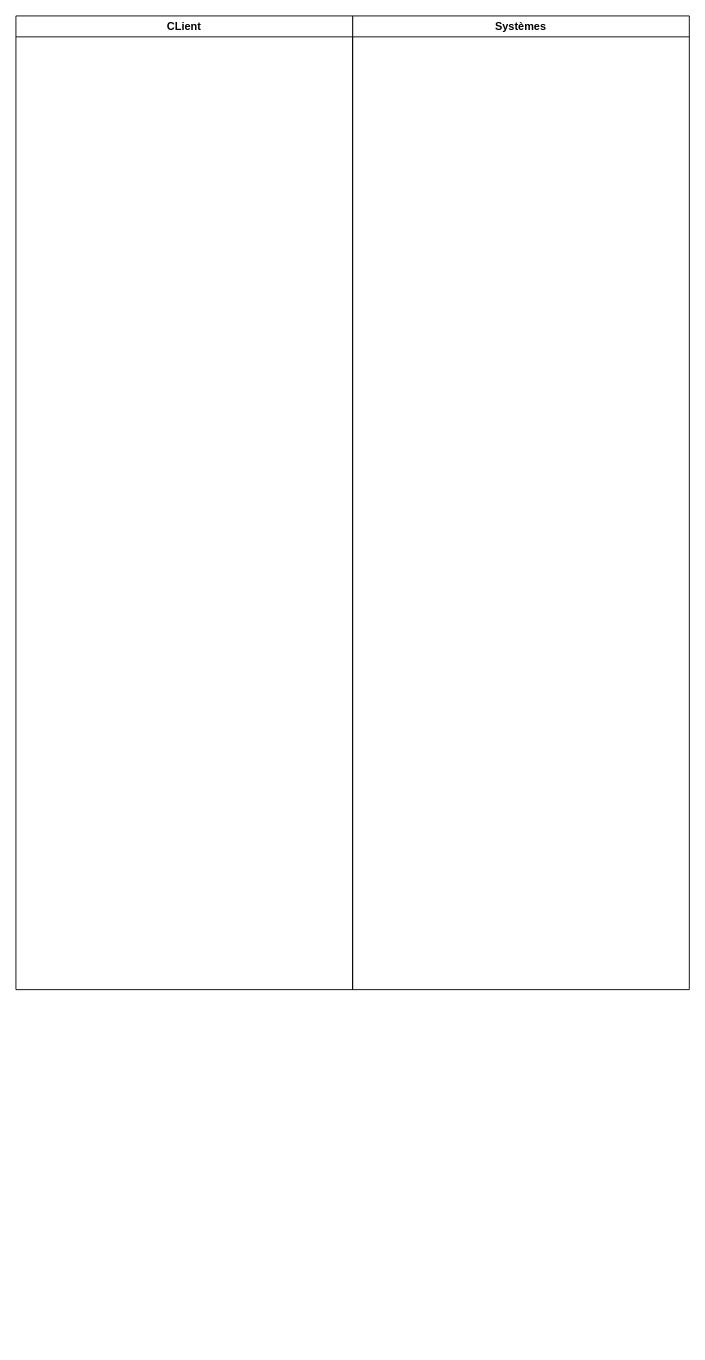
This is Act cours 5 POO.drawio from michaelnba23/Ichec, a draw.io file, before an edit. Source tidied: cells renumbered, new cells numbered last; positions are measured from the earlier drawing's top-left corner, leaving out a move shared by most shapes. Both pictures are drawn from the tidied source at 91%, with x=0, y=0 at pixel (15, 15).
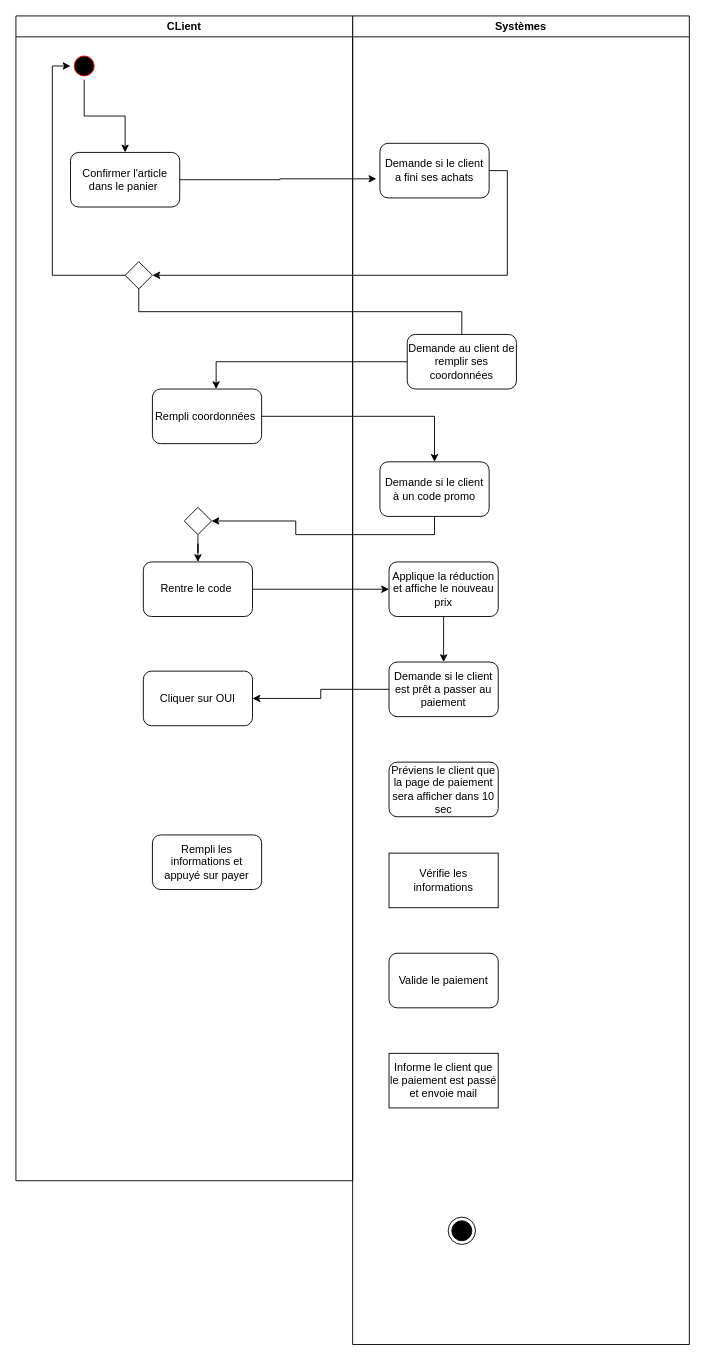
Above is the later version.

Commit message (it also covers changes not shown here):
Mettre à jour Act cours 5 POO.drawio

What changed in the source:
```diff
@@
     <mxCell id="2" value="Systèmes" style="swimlane;whiteSpace=wrap;html=1;" parent="1" vertex="1">
-      <mxGeometry x="370" width="370" height="1070" as="geometry" />
+      <mxGeometry x="370" width="370" height="1460" as="geometry" />
     </mxCell>
+    <mxCell id="4" value="Demande si le client a fini ses achats" style="rounded=1;whiteSpace=wrap;html=1;" parent="2" vertex="1">
+      <mxGeometry x="30" y="140" width="120" height="60" as="geometry" />
+    </mxCell>
+    <mxCell id="5" value="Demande si le client à un code promo" style="rounded=1;whiteSpace=wrap;html=1;" parent="2" vertex="1">
+      <mxGeometry x="30" y="490" width="120" height="60" as="geometry" />
+    </mxCell>
+    <mxCell id="6" style="edgeStyle=orthogonalEdgeStyle;rounded=0;jettySize=auto;html=1;" parent="2" edge="1" source="7" target="9">
+      <mxGeometry relative="1" as="geometry" />
+    </mxCell>
+    <mxCell id="7" value="Applique la réduction et affiche le nouveau prix" style="rounded=1;whiteSpace=wrap;html=1;" parent="2" vertex="1">
+      <mxGeometry x="40" y="600" width="120" height="60" as="geometry" />
+    </mxCell>
+    <mxCell id="8" value="Demande au client de remplir ses coordonnées" style="rounded=1;whiteSpace=wrap;html=1;" parent="2" vertex="1">
+      <mxGeometry x="60" y="350" width="120" height="60" as="geometry" />
+    </mxCell>
+    <mxCell id="9" value="Demande si le client est prêt a passer au paiement" style="rounded=1;whiteSpace=wrap;html=1;" parent="2" vertex="1">
+      <mxGeometry x="40" y="710" width="120" height="60" as="geometry" />
+    </mxCell>
+    <mxCell id="10" value="Préviens le client que la page de paiement sera afficher dans 10 sec" style="rounded=1;whiteSpace=wrap;html=1;" parent="2" vertex="1">
+      <mxGeometry x="40" y="820" width="120" height="60" as="geometry" />
+    </mxCell>
+    <mxCell id="11" value="Vérifie les informations" style="rounded=0;whiteSpace=wrap;html=1;" parent="2" vertex="1">
+      <mxGeometry x="40" y="920" width="120" height="60" as="geometry" />
+    </mxCell>
+    <mxCell id="12" value="Valide le paiement" style="rounded=1;whiteSpace=wrap;html=1;" parent="2" vertex="1">
+      <mxGeometry x="40" y="1030" width="120" height="60" as="geometry" />
+    </mxCell>
+    <mxCell id="13" value="Informe le client que le paiement est passé et envoie mail" style="rounded=0;whiteSpace=wrap;html=1;" parent="2" vertex="1">
+      <mxGeometry x="40" y="1140" width="120" height="60" as="geometry" />
+    </mxCell>
+    <mxCell id="14" style="ellipse;html=1;shape=endState;fillColor=strokeColor;" parent="2" vertex="1">
+      <mxGeometry x="105" y="1320" width="30" height="30" as="geometry" />
+    </mxCell>
     <mxCell id="3" value="CLient" style="swimlane;whiteSpace=wrap;html=1;" parent="1" vertex="1">
-      <mxGeometry width="370" height="1070" as="geometry" />
+      <mxGeometry width="370" height="1280" as="geometry" />
     </mxCell>
+    <mxCell id="15" style="edgeStyle=orthogonalEdgeStyle;rounded=0;jettySize=auto;html=1;exitX=0.5;exitY=1;exitDx=0;exitDy=0;" parent="3" edge="1" source="16" target="17">
+      <mxGeometry relative="1" as="geometry" />
+    </mxCell>
+    <mxCell id="16" style="ellipse;html=1;shape=startState;fillColor=#000000;strokeColor=#ff0000;" parent="3" vertex="1">
+      <mxGeometry x="60" y="40" width="30" height="30" as="geometry" />
+    </mxCell>
+    <mxCell id="17" value="Confirmer l'article dans le panier&amp;nbsp;" style="rounded=1;whiteSpace=wrap;html=1;" parent="3" vertex="1">
+      <mxGeometry x="60" y="150" width="120" height="60" as="geometry" />
+    </mxCell>
+    <mxCell id="18" style="edgeStyle=orthogonalEdgeStyle;rounded=0;jettySize=auto;html=1;entryX=0;entryY=0.5;entryDx=0;entryDy=0;" parent="3" edge="1" source="19" target="16">
+      <mxGeometry relative="1" as="geometry" />
+    </mxCell>
+    <mxCell id="19" style="rhombus;" parent="3" vertex="1">
+      <mxGeometry x="120" y="270" width="30" height="30" as="geometry" />
+    </mxCell>
+    <mxCell id="20" value="Rentre le code&amp;nbsp;" style="rounded=1;whiteSpace=wrap;html=1;" parent="3" vertex="1">
+      <mxGeometry x="140" y="600" width="120" height="60" as="geometry" />
+    </mxCell>
+    <mxCell id="21" style="edgeStyle=orthogonalEdgeStyle;rounded=0;jettySize=auto;html=1;exitX=0.5;exitY=1;exitDx=0;exitDy=0;" parent="3" edge="1" source="22" target="20">
+      <mxGeometry relative="1" as="geometry" />
+    </mxCell>
+    <mxCell id="22" style="rhombus;" parent="3" vertex="1">
+      <mxGeometry x="185" y="540" width="30" height="30" as="geometry" />
+    </mxCell>
+    <mxCell id="23" value="Rempli coordonnées&amp;nbsp;" style="rounded=1;whiteSpace=wrap;html=1;" parent="3" vertex="1">
+      <mxGeometry x="150" y="410" width="120" height="60" as="geometry" />
+    </mxCell>
+    <mxCell id="24" value="Cliquer sur OUI" style="rounded=1;whiteSpace=wrap;html=1;" parent="3" vertex="1">
+      <mxGeometry x="140" y="720" width="120" height="60" as="geometry" />
+    </mxCell>
+    <mxCell id="25" value="Rempli les informations et appuyé sur payer" style="rounded=1;whiteSpace=wrap;html=1;" parent="3" vertex="1">
+      <mxGeometry x="150" y="900" width="120" height="60" as="geometry" />
+    </mxCell>
+    <mxCell id="26" style="edgeStyle=orthogonalEdgeStyle;rounded=0;jettySize=auto;html=1;exitX=1;exitY=0.5;exitDx=0;exitDy=0;entryX=-0.033;entryY=0.65;entryDx=0;entryDy=0;entryPerimeter=0;" parent="1" edge="1" source="17" target="4">
+      <mxGeometry relative="1" as="geometry" />
+    </mxCell>
+    <mxCell id="27" style="edgeStyle=orthogonalEdgeStyle;rounded=0;jettySize=auto;html=1;exitX=1;exitY=0.5;exitDx=0;exitDy=0;entryX=1;entryY=0.5;entryDx=0;entryDy=0;" parent="1" edge="1" source="4" target="19">
+      <mxGeometry relative="1" as="geometry" />
+    </mxCell>
+    <mxCell id="28" style="edgeStyle=orthogonalEdgeStyle;rounded=0;jettySize=auto;html=1;exitX=1;exitY=0.5;exitDx=0;exitDy=0;" parent="1" edge="1" source="20" target="7">
+      <mxGeometry relative="1" as="geometry" />
+    </mxCell>
+    <mxCell id="29" style="edgeStyle=orthogonalEdgeStyle;rounded=0;jettySize=auto;html=1;entryX=1;entryY=0.5;entryDx=0;entryDy=0;exitX=0.5;exitY=1;exitDx=0;exitDy=0;" parent="1" edge="1" source="5" target="22">
+      <mxGeometry relative="1" as="geometry" />
+    </mxCell>
+    <mxCell id="30" style="edgeStyle=orthogonalEdgeStyle;rounded=0;jettySize=auto;html=1;exitX=0.5;exitY=1;exitDx=0;exitDy=0;entryX=0.5;entryY=0;entryDx=0;entryDy=0;endArrow=none;" parent="1" edge="1" source="19" target="8">
+      <mxGeometry relative="1" as="geometry" />
+    </mxCell>
+    <mxCell id="31" style="edgeStyle=orthogonalEdgeStyle;rounded=0;jettySize=auto;html=1;" parent="1" edge="1" source="8" target="23">
+      <mxGeometry relative="1" as="geometry">
+        <Array as="points">
+          <mxPoint x="220" y="380" />
+        </Array>
+      </mxGeometry>
+    </mxCell>
+    <mxCell id="32" style="edgeStyle=orthogonalEdgeStyle;rounded=0;jettySize=auto;html=1;" parent="1" edge="1" source="23" target="5">
+      <mxGeometry relative="1" as="geometry" />
+    </mxCell>
+    <mxCell id="33" style="edgeStyle=orthogonalEdgeStyle;rounded=0;jettySize=auto;html=1;" parent="1" edge="1" source="9" target="24">
+      <mxGeometry relative="1" as="geometry" />
+    </mxCell>
```
